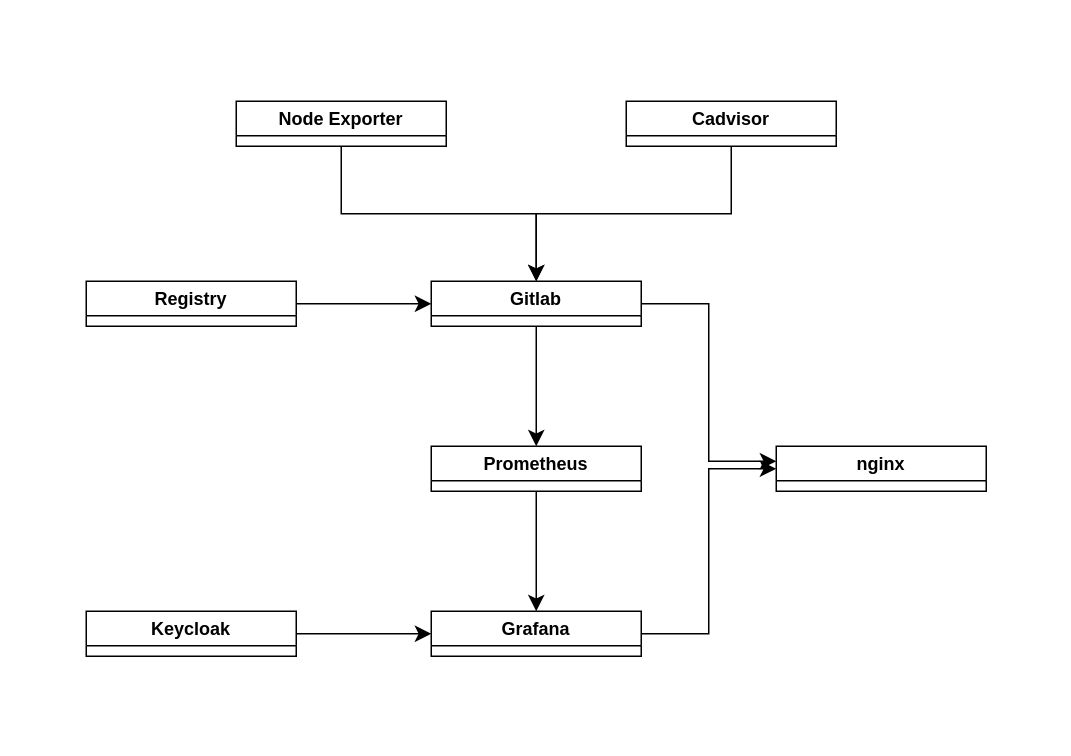
Earlier version of the draw.io diagram Schemas/Configuration_Schema.drawio (Mrsenior12/GitLab-Integration). Source tidied: cells renumbered, new cells numbered last; positions are measured from the earlier drawing's top-left corner, leaving out a move shared by most shapes. Both pictures are drawn from the tidied source at 150%, with x=0, y=0 at pixel (26, 40).
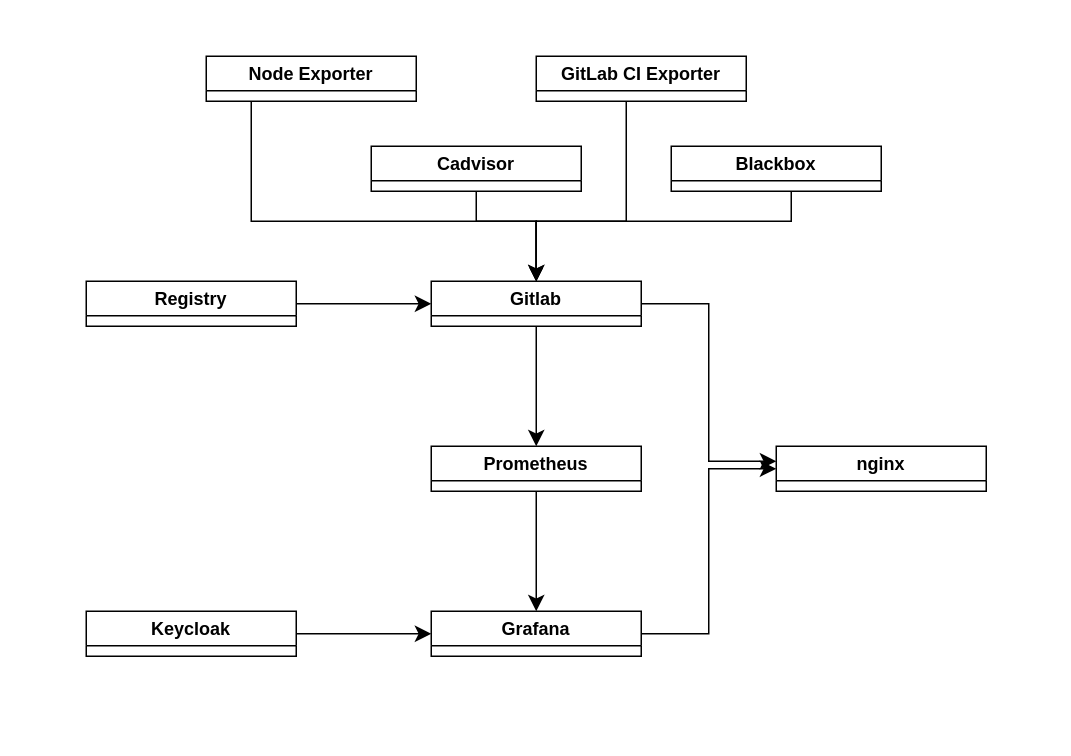
Above is the later version.

Commit message (it also covers changes not shown here):
feature: added node exporter and cadvisor to configuration

Unchanged cells that the change refers to:
```xml
<mxCell id="5" value="Gitlab" style="swimlane;whiteSpace=wrap;html=1;" parent="1" vertex="1" collapsed="1">
  <mxGeometry x="270" y="160" width="140" height="30" as="geometry" />
</mxCell>
```

Diff of the diagram source:
```diff
@@
     <mxCell id="2" style="rounded=0;whiteSpace=wrap;html=1;strokeColor=none;" parent="1" vertex="1">
-      <mxGeometry width="680" height="460" as="geometry" />
+      <mxGeometry y="-10" width="680" height="460" as="geometry" />
     </mxCell>
@@
     <mxCell id="15" style="edgeStyle=orthogonalEdgeStyle;rounded=0;jettySize=auto;html=1;entryX=0.5;entryY=0;entryDx=0;entryDy=0;fontSize=12;startSize=8;endSize=8;" parent="1" edge="1" source="16" target="5">
-      <mxGeometry relative="1" as="geometry" />
+      <mxGeometry relative="1" as="geometry">
+        <Array as="points">
+          <mxPoint x="150" y="120" />
+          <mxPoint x="340" y="120" />
+        </Array>
+      </mxGeometry>
     </mxCell>
     <mxCell id="16" value="Node Exporter" style="swimlane;whiteSpace=wrap;html=1;startSize=23;" parent="1" vertex="1" collapsed="1">
-      <mxGeometry x="140" y="40" width="140" height="30" as="geometry" />
+      <mxGeometry x="120" y="10" width="140" height="30" as="geometry" />
     </mxCell>
     <mxCell id="17" style="edgeStyle=orthogonalEdgeStyle;rounded=0;jettySize=auto;html=1;entryX=0.5;entryY=0;entryDx=0;entryDy=0;fontSize=12;startSize=8;endSize=8;" parent="1" edge="1" source="18" target="5">
-      <mxGeometry relative="1" as="geometry" />
+      <mxGeometry relative="1" as="geometry">
+        <Array as="points">
+          <mxPoint x="300" y="120" />
+          <mxPoint x="340" y="120" />
+        </Array>
+      </mxGeometry>
     </mxCell>
     <mxCell id="18" value="Cadvisor" style="swimlane;whiteSpace=wrap;html=1;" parent="1" vertex="1" collapsed="1">
-      <mxGeometry x="400" y="40" width="140" height="30" as="geometry" />
+      <mxGeometry x="230" y="70" width="140" height="30" as="geometry" />
     </mxCell>
+    <mxCell id="19" style="edgeStyle=orthogonalEdgeStyle;rounded=0;jettySize=auto;html=1;entryX=0.5;entryY=0;entryDx=0;entryDy=0;" parent="1" edge="1" source="20" target="5">
+      <mxGeometry relative="1" as="geometry">
+        <Array as="points">
+          <mxPoint x="400" y="120" />
+          <mxPoint x="340" y="120" />
+        </Array>
+      </mxGeometry>
+    </mxCell>
+    <mxCell id="20" value="GitLab CI Exporter" style="swimlane;whiteSpace=wrap;html=1;" parent="1" vertex="1" collapsed="1">
+      <mxGeometry x="340" y="10" width="140" height="30" as="geometry" />
+    </mxCell>
+    <mxCell id="21" style="edgeStyle=orthogonalEdgeStyle;rounded=0;jettySize=auto;html=1;" parent="1" edge="1" source="22" target="5">
+      <mxGeometry relative="1" as="geometry">
+        <Array as="points">
+          <mxPoint x="510" y="120" />
+          <mxPoint x="340" y="120" />
+        </Array>
+      </mxGeometry>
+    </mxCell>
+    <mxCell id="22" value="Blackbox" style="swimlane;whiteSpace=wrap;html=1;" parent="1" vertex="1" collapsed="1">
+      <mxGeometry x="430" y="70" width="140" height="30" as="geometry" />
+    </mxCell>
```
